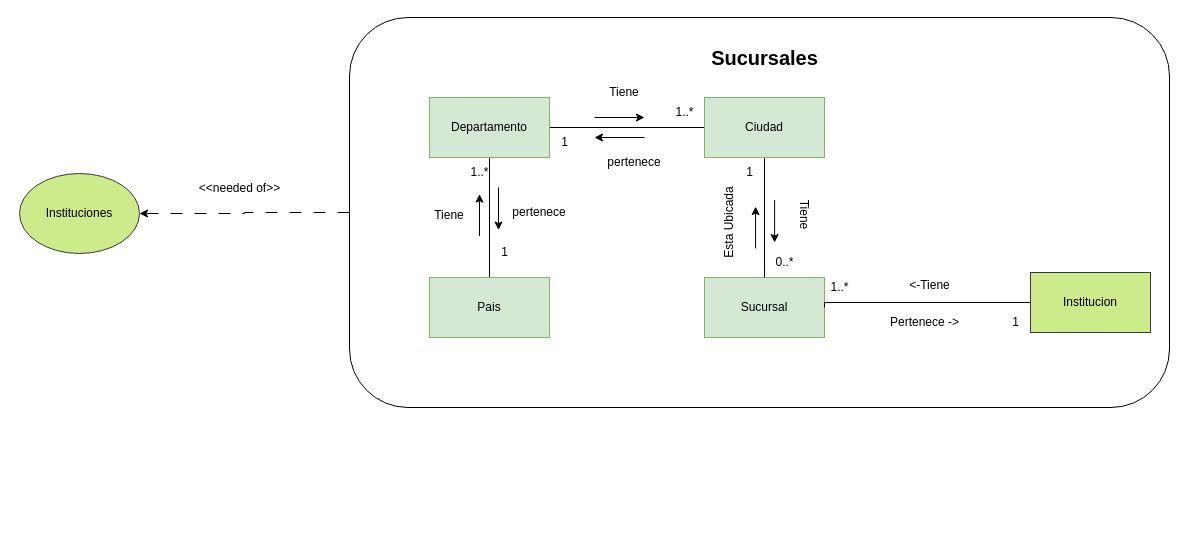
Before: page "4.4 Sucursales-ModeloDominioAcotado" (7 of 16) of SpaOnline/ModeloDominioSpa.drawio in cristianospina/DOO, a draw.io diagram. Source tidied: cells renumbered, new cells numbered last; positions are measured from the earlier drawing's top-left corner, leaving out a move shared by most shapes. Both pictures are drawn from the tidied source at 100%, with x=0, y=0 at pixel (19, 17).
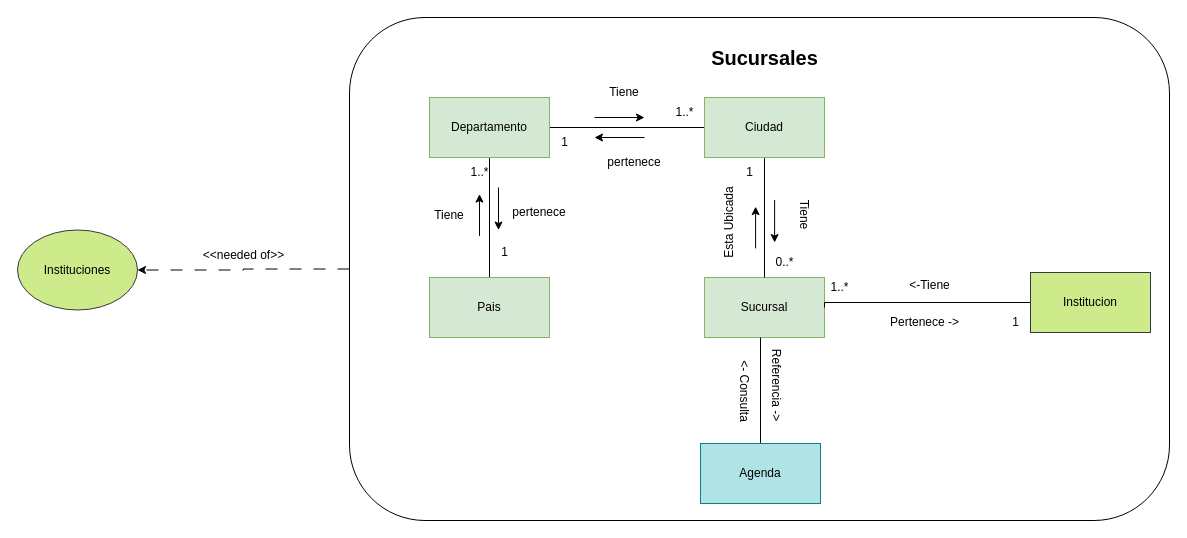
Above is the later version.

The edit, as a diff of the source:
```diff
@@
     <mxCell id="3" style="rounded=1;whiteSpace=wrap;html=1;" parent="1" vertex="1">
-      <mxGeometry x="330" width="820" height="390" as="geometry" />
+      <mxGeometry x="330" width="820" height="503" as="geometry" />
     </mxCell>
@@
     <mxCell id="36" value="Instituciones" style="ellipse;whiteSpace=wrap;html=1;fillColor=#cdeb8b;strokeColor=#36393d;" parent="1" vertex="1">
-      <mxGeometry y="156" width="120" height="80" as="geometry" />
+      <mxGeometry x="-2" y="212.5" width="120" height="80" as="geometry" />
     </mxCell>
     <mxCell id="37" value="&amp;lt;&amp;lt;needed of&amp;gt;&amp;gt;" style="text;html=1;align=center;verticalAlign=middle;strokeColor=none;fillColor=none;" parent="1" vertex="1">
-      <mxGeometry x="170" y="156" width="100" height="30" as="geometry" />
+      <mxGeometry x="174" y="223" width="100" height="30" as="geometry" />
     </mxCell>
+    <mxCell id="38" style="edgeStyle=orthogonalEdgeStyle;rounded=0;jettySize=auto;html=1;endArrow=none;endFill=0;" parent="1" edge="1" source="39">
+      <mxGeometry relative="1" as="geometry">
+        <mxPoint x="741" y="320" as="targetPoint" />
+      </mxGeometry>
+    </mxCell>
+    <mxCell id="39" value="Agenda" style="rounded=0;whiteSpace=wrap;html=1;fillColor=#b0e3e6;strokeColor=#0e8088;" parent="1" vertex="1">
+      <mxGeometry x="681" y="426" width="120" height="60" as="geometry" />
+    </mxCell>
+    <mxCell id="40" value="&lt;br&gt;&amp;lt;- Consulta" style="text;html=1;align=center;verticalAlign=middle;rotation=90;fillColor=none;" parent="1" vertex="1">
+      <mxGeometry x="693" y="353" width="80" height="41" as="geometry" />
+    </mxCell>
+    <mxCell id="41" value="&lt;br&gt;Referencia -&amp;gt;" style="text;html=1;align=center;verticalAlign=middle;rotation=90;fillColor=none;" parent="1" vertex="1">
+      <mxGeometry x="720" y="347" width="90" height="41" as="geometry" />
+    </mxCell>
```
